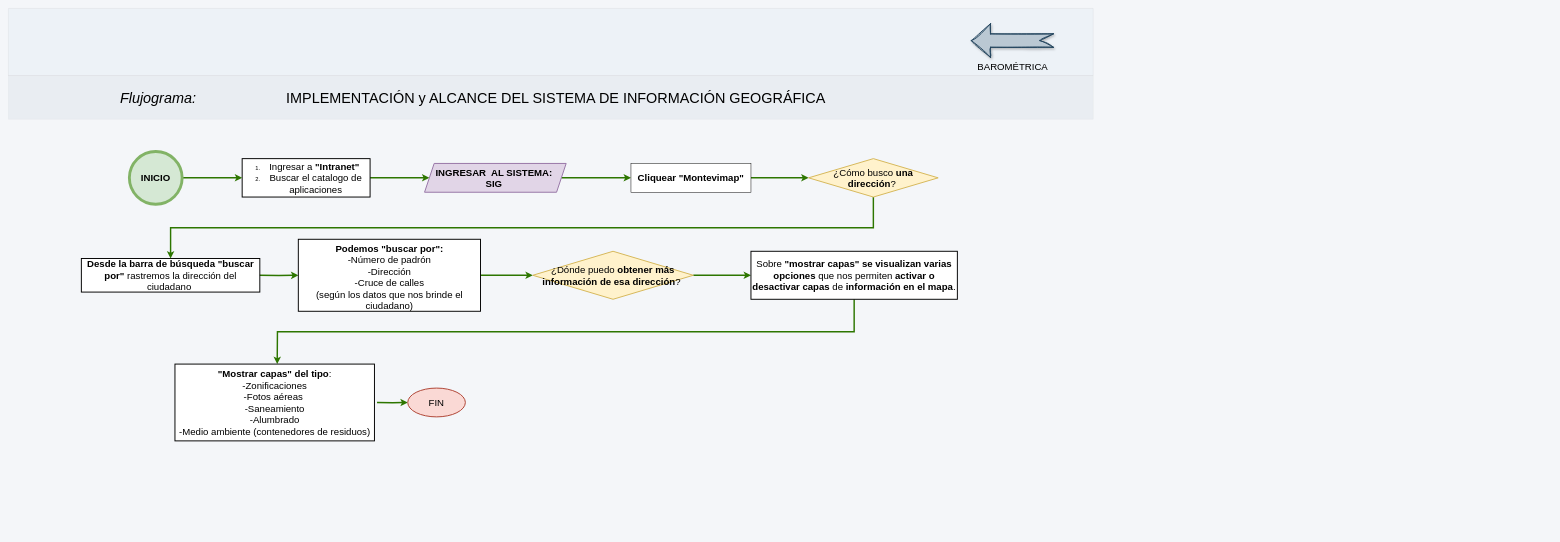
The draw.io diagram page "Direcciones SIG" (3 of 5) of BAROMETRICA/barometrica.drawio in adlc20/Manual_de_procedimientos_ccz9, before the edit. Source tidied: cells renumbered, new cells numbered last; positions are measured from the earlier drawing's top-left corner, leaving out a move shared by most shapes. Both pictures are drawn from the tidied source at 48%, with x=0, y=0 at pixel (8, 8).
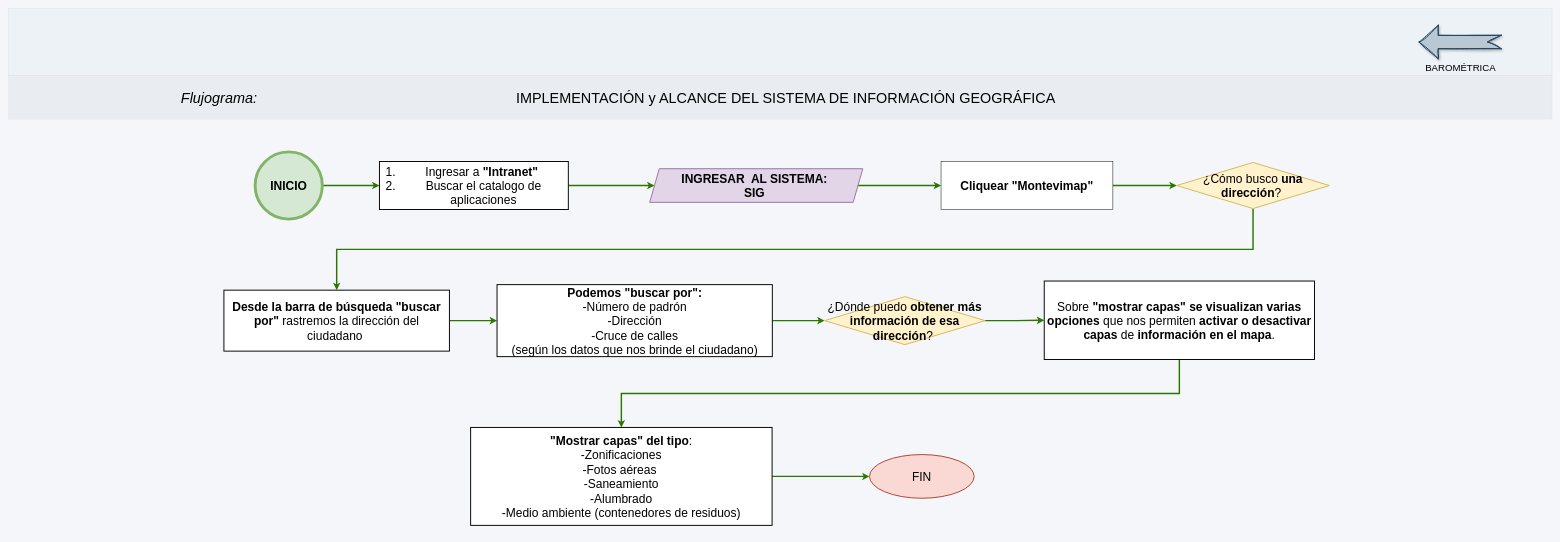
The same page after the edit.

The edit, as a diff of the source:
```diff
@@
     <mxCell id="2" style="verticalLabelPosition=bottom;verticalAlign=middle;html=1;shape=mxgraph.basic.patternFillRect;step=5;fillStrokeWidth=0.2;fillStrokeColor=#dddddd;fillColor=#EDF2F7;strokeWidth=0;dashed=1;dashPattern=1 4;rounded=1;align=center;fontFamily=Helvetica;fontSize=12;fontColor=#2D3748;" parent="1" vertex="1">
-      <mxGeometry width="2260" height="140" as="geometry" />
+      <mxGeometry width="3216" height="140" as="geometry" />
     </mxCell>
     <mxCell id="3" style="verticalLabelPosition=bottom;verticalAlign=top;html=1;shape=mxgraph.basic.patternFillRect;fillStyle=auto;step=5;fillStrokeWidth=0.2;fillStrokeColor=#dddddd;fillColor=#E0E5EB;strokeWidth=0;strokeColor=default;opacity=50;fontColor=#ffffff;shadow=0;comic=0;align=center;fontFamily=Helvetica;fontSize=12;gradientColor=none;" parent="1" vertex="1">
-      <mxGeometry y="140" width="2260" height="91" as="geometry" />
+      <mxGeometry y="140" width="3216" height="91" as="geometry" />
     </mxCell>
     <mxCell id="4" value="&lt;i style=&quot;font-size: 30px;&quot;&gt;Flujograma:&lt;/i&gt;" style="text;html=1;whiteSpace=wrap;strokeColor=none;fillColor=none;align=center;verticalAlign=middle;rounded=0;" parent="1" vertex="1">
-      <mxGeometry x="52" y="170.5" width="520" height="30" as="geometry" />
+      <mxGeometry x="179" y="170.5" width="520" height="30" as="geometry" />
     </mxCell>
     <mxCell id="5" value="&lt;h3 style=&quot;text-align: justify;&quot;&gt;&lt;span style=&quot;font-weight: normal;&quot;&gt;&lt;i style=&quot;font-size: 30px; background-color: transparent; color: light-dark(rgb(0, 0, 0), rgb(255, 255, 255));&quot;&gt;&amp;nbsp;&lt;/i&gt;&lt;span style=&quot;font-size: 30px; background-color: transparent; color: light-dark(rgb(0, 0, 0), rgb(255, 255, 255));&quot;&gt;IMPLEMENTACIÓN y ALCANCE&amp;nbsp;&lt;/span&gt;&lt;span style=&quot;font-size: 30px; background-color: transparent; color: light-dark(rgb(0, 0, 0), rgb(255, 255, 255));&quot;&gt;DEL SISTEMA DE INFORMACIÓN GEOGRÁFICA&lt;/span&gt;&lt;/span&gt;&lt;/h3&gt;" style="text;html=1;whiteSpace=wrap;strokeColor=none;fillColor=none;align=center;verticalAlign=middle;rounded=0;" parent="1" vertex="1">
-      <mxGeometry x="324" y="160.5" width="1625" height="50" as="geometry" />
+      <mxGeometry x="803" y="160.5" width="1625" height="50" as="geometry" />
     </mxCell>
-    <mxCell id="6" style="edgeStyle=orthogonalEdgeStyle;rounded=0;jettySize=auto;html=1;exitX=1;exitY=0.5;exitDx=0;exitDy=0;entryX=0;entryY=0.5;entryDx=0;entryDy=0;fillColor=#60a917;strokeColor=#2D7600;strokeWidth=3;" parent="1" edge="1" source="7" target="15">
+    <mxCell id="6" style="edgeStyle=orthogonalEdgeStyle;rounded=0;jettySize=auto;html=1;exitX=1;exitY=0.5;exitDx=0;exitDy=0;entryX=0;entryY=0.5;entryDx=0;entryDy=0;fillColor=#60a917;strokeColor=#2D7600;strokeWidth=3;fontSize=25;" parent="1" edge="1" source="7" target="15">
       <mxGeometry relative="1" as="geometry" />
     </mxCell>
-    <mxCell id="7" value="&lt;font style=&quot;font-size: 20px;&quot;&gt;&lt;b&gt;Cliquear &quot;Montevimap&quot;&lt;/b&gt;&lt;/font&gt;" style="rounded=0;whiteSpace=wrap;html=1;" parent="1" vertex="1">
-      <mxGeometry x="1297" y="323" width="250" height="60" as="geometry" />
+    <mxCell id="7" value="&lt;font&gt;&lt;b&gt;Cliquear &quot;Montevimap&quot;&lt;/b&gt;&lt;/font&gt;" style="rounded=0;whiteSpace=wrap;html=1;fontSize=25;" parent="1" vertex="1">
+      <mxGeometry x="1943" y="319" width="358" height="100" as="geometry" />
     </mxCell>
-    <mxCell id="8" style="edgeStyle=orthogonalEdgeStyle;rounded=0;jettySize=auto;html=1;exitX=1;exitY=0.5;exitDx=0;exitDy=0;entryX=0;entryY=0.5;entryDx=0;entryDy=0;fillColor=#60a917;strokeColor=#2D7600;strokeWidth=3;" parent="1" edge="1" source="9" target="24">
+    <mxCell id="8" style="edgeStyle=orthogonalEdgeStyle;rounded=0;jettySize=auto;html=1;exitX=1;exitY=0.5;exitDx=0;exitDy=0;entryX=0;entryY=0.5;entryDx=0;entryDy=0;fillColor=#60a917;strokeColor=#2D7600;strokeWidth=3;fontSize=25;" parent="1" edge="1" source="9" target="24">
       <mxGeometry relative="1" as="geometry" />
     </mxCell>
-    <mxCell id="9" value="&lt;ol&gt;&lt;li&gt;&lt;font style=&quot;font-size: 20px;&quot;&gt;Ingresar a &lt;b&gt;&quot;Intranet&quot;&lt;/b&gt;&amp;nbsp;&lt;/font&gt;&lt;/li&gt;&lt;li&gt;&lt;font style=&quot;font-size: 20px;&quot;&gt;Buscar el catalogo de aplicaciones&lt;/font&gt;&lt;/li&gt;&lt;/ol&gt;" style="rounded=0;whiteSpace=wrap;html=1;strokeWidth=2;" parent="1" vertex="1">
-      <mxGeometry x="487" y="313" width="266.5" height="80" as="geometry" />
+    <mxCell id="9" value="&lt;ol&gt;&lt;li&gt;&lt;font&gt;Ingresar a &lt;b&gt;&quot;Intranet&quot;&lt;/b&gt;&amp;nbsp;&lt;/font&gt;&lt;/li&gt;&lt;li&gt;&lt;font&gt;Buscar el catalogo de aplicaciones&lt;/font&gt;&lt;/li&gt;&lt;/ol&gt;" style="rounded=0;whiteSpace=wrap;html=1;strokeWidth=2;fontSize=25;" parent="1" vertex="1">
+      <mxGeometry x="773" y="319" width="393.5" height="100" as="geometry" />
     </mxCell>
-    <mxCell id="10" style="edgeStyle=orthogonalEdgeStyle;rounded=0;jettySize=auto;html=1;entryX=0;entryY=0.5;entryDx=0;entryDy=0;fillColor=#60a917;strokeColor=#2D7600;strokeWidth=3;" parent="1" edge="1" target="13">
-      <mxGeometry relative="1" as="geometry">
-        <mxPoint x="522" y="556" as="sourcePoint" />
-      </mxGeometry>
+    <mxCell id="10" style="edgeStyle=orthogonalEdgeStyle;rounded=0;jettySize=auto;html=1;entryX=0;entryY=0.5;entryDx=0;entryDy=0;fillColor=#60a917;strokeColor=#2D7600;strokeWidth=3;fontSize=25;exitX=1;exitY=0.5;exitDx=0;exitDy=0;" parent="1" edge="1" source="11" target="13">
+      <mxGeometry relative="1" as="geometry" />
     </mxCell>
-    <mxCell id="11" value="&lt;font style=&quot;font-size: 20px;&quot;&gt;&lt;b&gt;Desde la barra&lt;/b&gt; &lt;b&gt;de búsqueda &quot;buscar por&quot;&lt;/b&gt; rastremos la dirección del ciudadano&amp;nbsp;&lt;/font&gt;" style="rounded=0;whiteSpace=wrap;html=1;strokeWidth=2;" parent="1" vertex="1">
-      <mxGeometry x="152" y="521" width="371.8" height="70" as="geometry" />
+    <mxCell id="11" value="&lt;font&gt;&lt;b&gt;Desde la barra&lt;/b&gt; &lt;b&gt;de búsqueda &quot;buscar por&quot;&lt;/b&gt; rastremos la dirección del ciudadano&amp;nbsp;&lt;/font&gt;" style="rounded=0;whiteSpace=wrap;html=1;strokeWidth=2;fontSize=25;" parent="1" vertex="1">
+      <mxGeometry x="449" y="587" width="469.8" height="127" as="geometry" />
     </mxCell>
-    <mxCell id="12" style="edgeStyle=orthogonalEdgeStyle;rounded=0;jettySize=auto;html=1;exitX=1;exitY=0.5;exitDx=0;exitDy=0;fillColor=#60a917;strokeColor=#2D7600;strokeWidth=3;entryX=0;entryY=0.5;entryDx=0;entryDy=0;" parent="1" edge="1" source="13" target="17">
+    <mxCell id="12" style="edgeStyle=orthogonalEdgeStyle;rounded=0;jettySize=auto;html=1;exitX=1;exitY=0.5;exitDx=0;exitDy=0;fillColor=#60a917;strokeColor=#2D7600;strokeWidth=3;entryX=0;entryY=0.5;entryDx=0;entryDy=0;fontSize=25;" parent="1" edge="1" source="13" target="17">
       <mxGeometry relative="1" as="geometry" />
     </mxCell>
-    <mxCell id="13" value="&lt;div style=&quot;&quot;&gt;&lt;font style=&quot;font-size: 20px;&quot;&gt;&lt;br&gt;&lt;/font&gt;&lt;/div&gt;&lt;div style=&quot;&quot;&gt;&lt;span style=&quot;background-color: transparent; color: light-dark(rgb(0, 0, 0), rgb(255, 255, 255));&quot;&gt;&lt;font style=&quot;font-size: 20px;&quot;&gt;&lt;b&gt;Podemos &quot;buscar por&quot;:&lt;/b&gt;&lt;/font&gt;&lt;/span&gt;&lt;/div&gt;&lt;div style=&quot;&quot;&gt;&lt;font style=&quot;font-size: 20px;&quot;&gt;-Número de padrón&lt;/font&gt;&lt;/div&gt;&lt;div style=&quot;&quot;&gt;&lt;font style=&quot;font-size: 20px;&quot;&gt;-Dirección&lt;/font&gt;&lt;/div&gt;&lt;div style=&quot;&quot;&gt;&lt;font style=&quot;font-size: 20px;&quot;&gt;-Cruce de calles&lt;/font&gt;&lt;/div&gt;&lt;div style=&quot;&quot;&gt;&lt;font style=&quot;font-size: 20px;&quot;&gt;(según los datos que nos brinde el ciudadano)&lt;/font&gt;&lt;/div&gt;&lt;div&gt;&lt;div style=&quot;&quot;&gt;&lt;span style=&quot;font-size: 14px;&quot;&gt;&lt;br&gt;&lt;/span&gt;&lt;/div&gt;&lt;/div&gt;" style="rounded=0;whiteSpace=wrap;html=1;strokeWidth=2;" parent="1" vertex="1">
-      <mxGeometry x="604" y="481" width="379.5" height="150" as="geometry" />
+    <mxCell id="13" value="&lt;div&gt;&lt;font&gt;&lt;br&gt;&lt;/font&gt;&lt;/div&gt;&lt;div&gt;&lt;span style=&quot;background-color: transparent; color: light-dark(rgb(0, 0, 0), rgb(255, 255, 255));&quot;&gt;&lt;font&gt;&lt;b&gt;Podemos &quot;buscar por&quot;:&lt;/b&gt;&lt;/font&gt;&lt;/span&gt;&lt;/div&gt;&lt;div&gt;&lt;font&gt;-Número de padrón&lt;/font&gt;&lt;/div&gt;&lt;div&gt;&lt;font&gt;-Dirección&lt;/font&gt;&lt;/div&gt;&lt;div&gt;&lt;font&gt;-Cruce de calles&lt;/font&gt;&lt;/div&gt;&lt;div&gt;&lt;font&gt;(según los datos que nos brinde el ciudadano)&lt;/font&gt;&lt;/div&gt;&lt;div&gt;&lt;div&gt;&lt;span&gt;&lt;br&gt;&lt;/span&gt;&lt;/div&gt;&lt;/div&gt;" style="rounded=0;whiteSpace=wrap;html=1;strokeWidth=2;fontSize=25;" parent="1" vertex="1">
+      <mxGeometry x="1018" y="575.5" width="573.5" height="150" as="geometry" />
     </mxCell>
-    <mxCell id="14" style="edgeStyle=orthogonalEdgeStyle;rounded=0;jettySize=auto;html=1;exitX=0.5;exitY=1;exitDx=0;exitDy=0;entryX=0.5;entryY=0;entryDx=0;entryDy=0;fillColor=#60a917;strokeColor=#2D7600;strokeWidth=3;" parent="1" edge="1" source="15" target="11">
+    <mxCell id="14" style="edgeStyle=orthogonalEdgeStyle;rounded=0;jettySize=auto;html=1;exitX=0.5;exitY=1;exitDx=0;exitDy=0;entryX=0.5;entryY=0;entryDx=0;entryDy=0;fillColor=#60a917;strokeColor=#2D7600;strokeWidth=3;fontSize=25;" parent="1" edge="1" source="15" target="11">
       <mxGeometry relative="1" as="geometry" />
     </mxCell>
-    <mxCell id="15" value="&lt;font style=&quot;font-size: 20px;&quot;&gt;¿Cómo busco &lt;b&gt;una dirección&lt;/b&gt;?&amp;nbsp;&lt;/font&gt;" style="rhombus;whiteSpace=wrap;html=1;fillColor=#fff2cc;strokeColor=#d6b656;strokeWidth=2;" parent="1" vertex="1">
-      <mxGeometry x="1667" y="313" width="270" height="80" as="geometry" />
+    <mxCell id="15" value="&lt;font&gt;¿Cómo busco &lt;b&gt;una dirección&lt;/b&gt;?&amp;nbsp;&lt;/font&gt;" style="rhombus;whiteSpace=wrap;html=1;fillColor=#fff2cc;strokeColor=#d6b656;strokeWidth=2;fontSize=25;" parent="1" vertex="1">
+      <mxGeometry x="2434" y="321" width="318" height="96" as="geometry" />
     </mxCell>
-    <mxCell id="16" style="edgeStyle=orthogonalEdgeStyle;rounded=0;jettySize=auto;html=1;exitX=1;exitY=0.5;exitDx=0;exitDy=0;fillColor=#60a917;strokeColor=#2D7600;strokeWidth=3;entryX=0;entryY=0.5;entryDx=0;entryDy=0;" parent="1" edge="1" source="17" target="19">
+    <mxCell id="16" style="edgeStyle=orthogonalEdgeStyle;rounded=0;jettySize=auto;html=1;exitX=1;exitY=0.5;exitDx=0;exitDy=0;fillColor=#60a917;strokeColor=#2D7600;strokeWidth=3;entryX=0;entryY=0.5;entryDx=0;entryDy=0;fontSize=25;" parent="1" edge="1" source="17" target="19">
       <mxGeometry relative="1" as="geometry" />
     </mxCell>
-    <mxCell id="17" value="&lt;font style=&quot;font-size: 20px;&quot;&gt;¿Dónde puedo &lt;b&gt;obtener más información de esa dirección&lt;/b&gt;?&amp;nbsp;&lt;/font&gt;" style="rhombus;whiteSpace=wrap;html=1;fillColor=#fff2cc;strokeColor=#d6b656;strokeWidth=2;" parent="1" vertex="1">
-      <mxGeometry x="1092.4" y="506" width="334.5" height="100" as="geometry" />
+    <mxCell id="17" value="&lt;font&gt;¿Dónde puedo &lt;b&gt;obtener más información de esa dirección&lt;/b&gt;?&amp;nbsp;&lt;/font&gt;" style="rhombus;whiteSpace=wrap;html=1;fillColor=#fff2cc;strokeColor=#d6b656;strokeWidth=2;fontSize=25;" parent="1" vertex="1">
+      <mxGeometry x="1700.4" y="600.5" width="334.5" height="100" as="geometry" />
     </mxCell>
-    <mxCell id="18" style="edgeStyle=orthogonalEdgeStyle;rounded=0;jettySize=auto;html=1;exitX=0.5;exitY=1;exitDx=0;exitDy=0;fillColor=#60a917;strokeColor=#2D7600;strokeWidth=3;" parent="1" edge="1" source="19">
-      <mxGeometry relative="1" as="geometry">
-        <mxPoint x="560" y="741" as="targetPoint" />
-      </mxGeometry>
+    <mxCell id="18" style="edgeStyle=orthogonalEdgeStyle;rounded=0;jettySize=auto;html=1;exitX=0.5;exitY=1;exitDx=0;exitDy=0;fillColor=#60a917;strokeColor=#2D7600;strokeWidth=3;fontSize=25;entryX=0.5;entryY=0;entryDx=0;entryDy=0;" parent="1" edge="1" source="19" target="25">
+      <mxGeometry relative="1" as="geometry" />
     </mxCell>
-    <mxCell id="19" value="&lt;div style=&quot;&quot;&gt;&lt;span style=&quot;font-size: 20px;&quot;&gt;&lt;br&gt;&lt;/span&gt;&lt;/div&gt;&lt;div style=&quot;&quot;&gt;&lt;span style=&quot;font-size: 20px;&quot;&gt;Sobre &lt;b&gt;&quot;mostrar capas&quot; se visualizan varias opciones&lt;/b&gt; que nos permiten &lt;b&gt;activar o desactivar capas&lt;/b&gt; de &lt;b&gt;información en el mapa&lt;/b&gt;.&lt;/span&gt;&lt;/div&gt;&lt;div style=&quot;&quot;&gt;&lt;span style=&quot;font-size: 20px;&quot;&gt;&lt;br&gt;&lt;/span&gt;&lt;/div&gt;" style="rounded=0;whiteSpace=wrap;html=1;strokeWidth=2;" parent="1" vertex="1">
-      <mxGeometry x="1547" y="506" width="430" height="100" as="geometry" />
+    <mxCell id="19" value="&lt;div&gt;&lt;span&gt;&lt;br&gt;&lt;/span&gt;&lt;/div&gt;&lt;div&gt;&lt;span&gt;Sobre &lt;b&gt;&quot;mostrar capas&quot; se visualizan varias opciones&lt;/b&gt; que nos permiten &lt;b&gt;activar o desactivar capas&lt;/b&gt; de &lt;b&gt;información en el mapa&lt;/b&gt;.&lt;/span&gt;&lt;/div&gt;&lt;div&gt;&lt;span&gt;&lt;br&gt;&lt;/span&gt;&lt;/div&gt;" style="rounded=0;whiteSpace=wrap;html=1;strokeWidth=2;fontSize=25;" parent="1" vertex="1">
+      <mxGeometry x="2158" y="568" width="563" height="163.5" as="geometry" />
     </mxCell>
-    <mxCell id="20" style="edgeStyle=orthogonalEdgeStyle;rounded=0;jettySize=auto;html=1;exitX=1;exitY=0.5;exitDx=0;exitDy=0;entryX=0;entryY=0.5;entryDx=0;entryDy=0;fillColor=#60a917;strokeColor=#2D7600;strokeWidth=3;" parent="1" edge="1" source="26" target="9">
+    <mxCell id="20" style="edgeStyle=orthogonalEdgeStyle;rounded=0;jettySize=auto;html=1;exitX=1;exitY=0.5;exitDx=0;exitDy=0;entryX=0;entryY=0.5;entryDx=0;entryDy=0;fillColor=#60a917;strokeColor=#2D7600;strokeWidth=3;fontSize=25;" parent="1" edge="1" source="26" target="9">
       <mxGeometry relative="1" as="geometry" />
     </mxCell>
-    <mxCell id="21" style="edgeStyle=orthogonalEdgeStyle;rounded=0;jettySize=auto;html=1;exitX=1;exitY=0.5;exitDx=0;exitDy=0;fillColor=#60a917;strokeColor=#2D7600;strokeWidth=3;" parent="1" edge="1" target="22">
-      <mxGeometry relative="1" as="geometry">
-        <mxPoint x="768" y="821" as="sourcePoint" />
-      </mxGeometry>
+    <mxCell id="21" style="edgeStyle=orthogonalEdgeStyle;rounded=0;jettySize=auto;html=1;exitX=1;exitY=0.5;exitDx=0;exitDy=0;fillColor=#60a917;strokeColor=#2D7600;strokeWidth=3;fontSize=25;" parent="1" edge="1" source="25" target="22">
+      <mxGeometry relative="1" as="geometry" />
     </mxCell>
-    <mxCell id="22" value="&lt;font style=&quot;font-size: 20px;&quot;&gt;FIN&lt;/font&gt;" style="ellipse;whiteSpace=wrap;html=1;fillColor=#fad9d5;strokeColor=#ae4132;strokeWidth=2;" parent="1" vertex="1">
-      <mxGeometry x="832" y="791" width="120" height="60" as="geometry" />
+    <mxCell id="22" value="&lt;font&gt;FIN&lt;/font&gt;" style="ellipse;whiteSpace=wrap;html=1;fillColor=#fad9d5;strokeColor=#ae4132;strokeWidth=2;fontSize=25;" parent="1" vertex="1">
+      <mxGeometry x="1794" y="929.5" width="218" height="91" as="geometry" />
     </mxCell>
-    <mxCell id="23" style="edgeStyle=orthogonalEdgeStyle;rounded=0;jettySize=auto;html=1;exitX=1;exitY=0.5;exitDx=0;exitDy=0;entryX=0;entryY=0.5;entryDx=0;entryDy=0;fillColor=#60a917;strokeColor=#2D7600;strokeWidth=3;" parent="1" edge="1" source="24" target="7">
+    <mxCell id="23" style="edgeStyle=orthogonalEdgeStyle;rounded=0;jettySize=auto;html=1;exitX=1;exitY=0.5;exitDx=0;exitDy=0;entryX=0;entryY=0.5;entryDx=0;entryDy=0;fillColor=#60a917;strokeColor=#2D7600;strokeWidth=3;fontSize=25;" parent="1" edge="1" source="24" target="7">
       <mxGeometry relative="1" as="geometry" />
     </mxCell>
-    <mxCell id="24" value="&lt;font style=&quot;font-size: 20px;&quot;&gt;&lt;b&gt;INGRESAR&amp;nbsp; AL SISTEMA:&amp;nbsp;&lt;/b&gt;&lt;/font&gt;&lt;div&gt;&lt;font style=&quot;font-size: 20px;&quot;&gt;&lt;b&gt;SIG&amp;nbsp;&lt;/b&gt;&lt;/font&gt;&lt;/div&gt;" style="shape=parallelogram;perimeter=parallelogramPerimeter;whiteSpace=wrap;html=1;fixedSize=1;fillColor=#e1d5e7;strokeColor=#9673a6;strokeWidth=2;" parent="1" vertex="1">
-      <mxGeometry x="867" y="323" width="295" height="60" as="geometry" />
+    <mxCell id="24" value="&lt;font&gt;&lt;b&gt;INGRESAR&amp;nbsp; AL SISTEMA:&amp;nbsp;&lt;/b&gt;&lt;/font&gt;&lt;div&gt;&lt;font&gt;&lt;b&gt;SIG&amp;nbsp;&lt;/b&gt;&lt;/font&gt;&lt;/div&gt;" style="shape=parallelogram;perimeter=parallelogramPerimeter;whiteSpace=wrap;html=1;fixedSize=1;fillColor=#e1d5e7;strokeColor=#9673a6;strokeWidth=2;fontSize=25;" parent="1" vertex="1">
+      <mxGeometry x="1336" y="334" width="444" height="70" as="geometry" />
     </mxCell>
-    <mxCell id="25" value="&lt;div style=&quot;&quot;&gt;&lt;span style=&quot;font-size: 20px;&quot;&gt;&amp;nbsp;&lt;/span&gt;&lt;/div&gt;&lt;div style=&quot;&quot;&gt;&lt;span style=&quot;font-size: 20px;&quot;&gt;&lt;b&gt;&quot;Mostrar capas&quot; del tipo&lt;/b&gt;:&lt;/span&gt;&lt;/div&gt;&lt;div style=&quot;&quot;&gt;&lt;span style=&quot;font-size: 20px;&quot;&gt;-Zonificaciones&lt;/span&gt;&lt;/div&gt;&lt;div style=&quot;&quot;&gt;&lt;span style=&quot;font-size: 20px;&quot;&gt;-Fotos aéreas&amp;nbsp;&lt;/span&gt;&lt;/div&gt;&lt;div style=&quot;&quot;&gt;&lt;span style=&quot;font-size: 20px;&quot;&gt;-Saneamiento&lt;/span&gt;&lt;/div&gt;&lt;div style=&quot;&quot;&gt;&lt;span style=&quot;font-size: 20px;&quot;&gt;-Alumbrado&lt;/span&gt;&lt;/div&gt;&lt;div style=&quot;&quot;&gt;&lt;span style=&quot;font-size: 20px;&quot;&gt;-Medio ambiente (contenedores de residuos)&lt;/span&gt;&lt;/div&gt;&lt;div style=&quot;&quot;&gt;&lt;span style=&quot;font-size: 20px;&quot;&gt;&lt;br&gt;&lt;/span&gt;&lt;/div&gt;" style="rounded=0;whiteSpace=wrap;html=1;strokeWidth=2;" parent="1" vertex="1">
-      <mxGeometry x="347" y="741" width="415.6" height="160" as="geometry" />
+    <mxCell id="25" value="&lt;div&gt;&lt;span&gt;&amp;nbsp;&lt;/span&gt;&lt;/div&gt;&lt;div&gt;&lt;span&gt;&lt;b&gt;&quot;Mostrar capas&quot; del tipo&lt;/b&gt;:&lt;/span&gt;&lt;/div&gt;&lt;div&gt;&lt;span&gt;-Zonificaciones&lt;/span&gt;&lt;/div&gt;&lt;div&gt;&lt;span&gt;-Fotos aéreas&amp;nbsp;&lt;/span&gt;&lt;/div&gt;&lt;div&gt;&lt;span&gt;-Saneamiento&lt;/span&gt;&lt;/div&gt;&lt;div&gt;&lt;span&gt;-Alumbrado&lt;/span&gt;&lt;/div&gt;&lt;div&gt;&lt;span&gt;-Medio ambiente (contenedores de residuos)&lt;/span&gt;&lt;/div&gt;&lt;div&gt;&lt;span&gt;&lt;br&gt;&lt;/span&gt;&lt;/div&gt;" style="rounded=0;whiteSpace=wrap;html=1;strokeWidth=2;fontSize=25;" parent="1" vertex="1">
+      <mxGeometry x="963" y="873" width="628" height="204" as="geometry" />
     </mxCell>
-    <mxCell id="26" value="&lt;font style=&quot;font-size: 20px;&quot;&gt;&lt;b&gt;INICIO&lt;/b&gt;&lt;/font&gt;" style="ellipse;whiteSpace=wrap;html=1;fillColor=#D5E8D4;strokeColor=#82b366;strokeWidth=6;gradientColor=none;" parent="1" vertex="1">
-      <mxGeometry x="252" y="298" width="110" height="110" as="geometry" />
+    <mxCell id="26" value="&lt;font&gt;&lt;b&gt;INICIO&lt;/b&gt;&lt;/font&gt;" style="ellipse;whiteSpace=wrap;html=1;fillColor=#D5E8D4;strokeColor=#82b366;strokeWidth=6;gradientColor=none;fontSize=25;" parent="1" vertex="1">
+      <mxGeometry x="514" y="299" width="140" height="140" as="geometry" />
     </mxCell>
     <mxCell id="27" value="&lt;font style=&quot;font-size: 20px;&quot;&gt;BAROMÉTRICA&lt;/font&gt;" style="verticalLabelPosition=bottom;verticalAlign=top;html=1;strokeWidth=2;shape=mxgraph.arrows2.arrow;dy=0.6;dx=40;notch=28;direction=west;fillColor=#bac8d3;strokeColor=#23445d;fillStyle=solid;shadow=1;sketch=1;curveFitting=1;jiggle=2;" parent="1" vertex="1">
-      <mxGeometry x="2006" y="32" width="171" height="70" as="geometry" />
+      <mxGeometry x="2939" y="35" width="171" height="70" as="geometry" />
     </mxCell>
```
